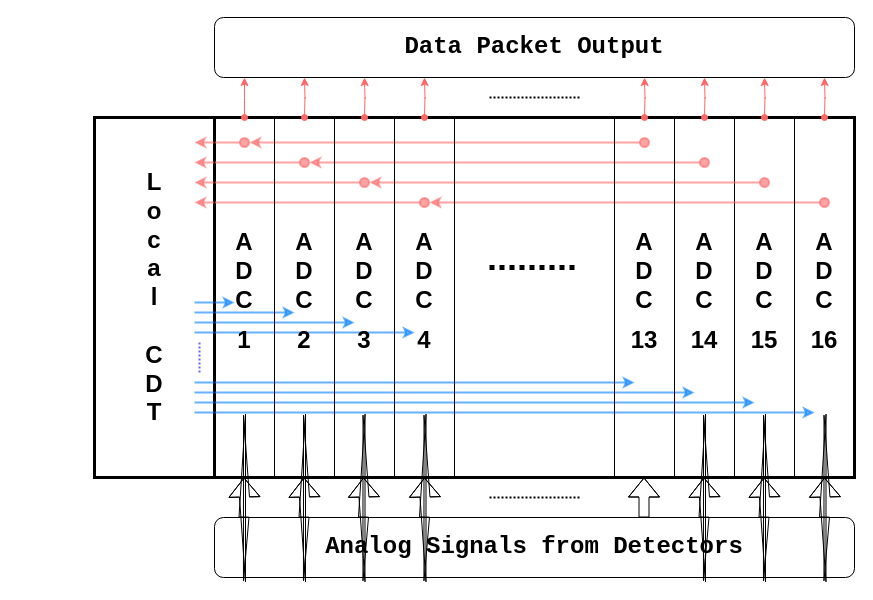
bai-ytluo/Chicago_Electronics keeps this draw.io diagram as Local_Crate_Diagram_ver3.drawio. Above is the earlier version. Source tidied: cells renumbered, new cells numbered last; positions are measured from the earlier drawing's top-left corner, leaving out a move shared by most shapes. Both pictures are drawn from the tidied source at 100%, with x=0, y=0 at pixel (94, 17).
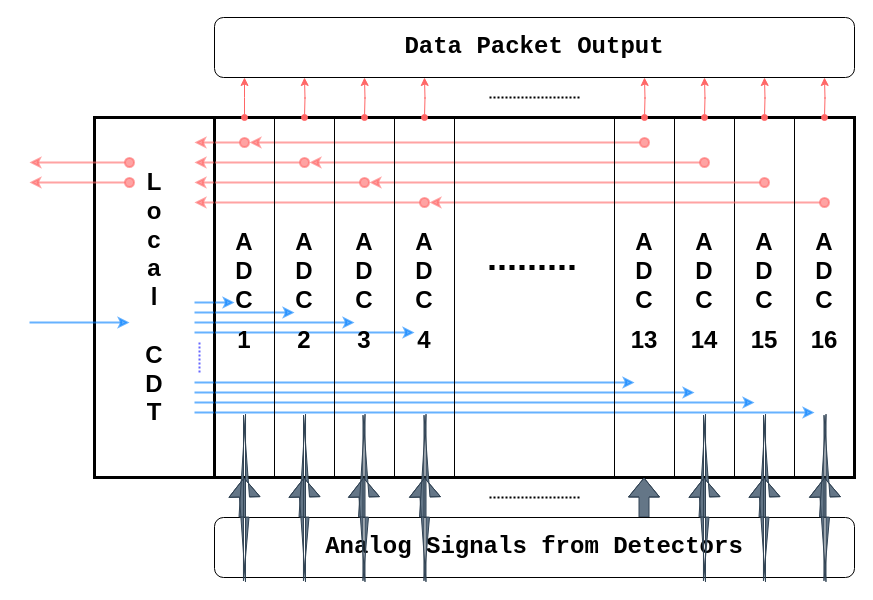
Above is the later version.

Change to the diagram source:
```diff
@@
-    <mxCell id="24" style="edgeStyle=orthogonalEdgeStyle;rounded=0;orthogonalLoop=1;jettySize=auto;html=1;exitX=0.5;exitY=1;exitDx=0;exitDy=0;startArrow=block;startFill=1;endArrow=none;endFill=0;shape=flexArrow;fontStyle=1;" parent="1" edge="1">
+    <mxCell id="24" style="edgeStyle=orthogonalEdgeStyle;rounded=0;orthogonalLoop=1;jettySize=auto;html=1;exitX=0.5;exitY=1;exitDx=0;exitDy=0;startArrow=block;startFill=1;endArrow=none;endFill=0;shape=flexArrow;fontStyle=1;fillColor=#647687;strokeColor=#314354;" parent="1" edge="1">
       <mxGeometry relative="1" as="geometry">
         <mxPoint x="549.5" y="460" as="sourcePoint" />
         <mxPoint x="549.5" y="500" as="targetPoint" />
         <Array as="points">
           <mxPoint x="550" y="480" />
           <mxPoint x="550" y="480" />
         </Array>
       </mxGeometry>
     </mxCell>
@@
-    <mxCell id="43" style="edgeStyle=orthogonalEdgeStyle;rounded=0;orthogonalLoop=1;jettySize=auto;html=1;exitX=0.5;exitY=1;exitDx=0;exitDy=0;startArrow=block;startFill=1;endArrow=none;endFill=0;shape=flexArrow;fontStyle=1;" parent="1" edge="1">
+    <mxCell id="43" style="edgeStyle=orthogonalEdgeStyle;rounded=0;orthogonalLoop=1;jettySize=auto;html=1;exitX=0.5;exitY=1;exitDx=0;exitDy=0;startArrow=block;startFill=1;endArrow=none;endFill=0;shape=flexArrow;fontStyle=1;fillColor=#647687;strokeColor=#314354;" parent="1" edge="1">
       <mxGeometry relative="1" as="geometry">
         <mxPoint x="609.5" y="460" as="sourcePoint" />
         <mxPoint x="609.5" y="500" as="targetPoint" />
       </mxGeometry>
     </mxCell>
-    <mxCell id="44" style="edgeStyle=orthogonalEdgeStyle;rounded=0;orthogonalLoop=1;jettySize=auto;html=1;exitX=0.5;exitY=1;exitDx=0;exitDy=0;startArrow=block;startFill=1;endArrow=none;endFill=0;shape=flexArrow;fontStyle=1;" parent="1" edge="1">
+    <mxCell id="44" style="edgeStyle=orthogonalEdgeStyle;rounded=0;orthogonalLoop=1;jettySize=auto;html=1;exitX=0.5;exitY=1;exitDx=0;exitDy=0;startArrow=block;startFill=1;endArrow=none;endFill=0;shape=flexArrow;fontStyle=1;fillColor=#647687;strokeColor=#314354;" parent="1" edge="1">
       <mxGeometry relative="1" as="geometry">
         <mxPoint x="669.5" y="460" as="sourcePoint" />
         <mxPoint x="669.5" y="500" as="targetPoint" />
       </mxGeometry>
     </mxCell>
-    <mxCell id="45" style="edgeStyle=orthogonalEdgeStyle;rounded=0;orthogonalLoop=1;jettySize=auto;html=1;exitX=0.5;exitY=1;exitDx=0;exitDy=0;startArrow=block;startFill=1;endArrow=none;endFill=0;shape=flexArrow;fontStyle=1;" parent="1" edge="1">
+    <mxCell id="45" style="edgeStyle=orthogonalEdgeStyle;rounded=0;orthogonalLoop=1;jettySize=auto;html=1;exitX=0.5;exitY=1;exitDx=0;exitDy=0;startArrow=block;startFill=1;endArrow=none;endFill=0;shape=flexArrow;fontStyle=1;fillColor=#647687;strokeColor=#314354;" parent="1" edge="1">
       <mxGeometry relative="1" as="geometry">
         <mxPoint x="730" y="460" as="sourcePoint" />
         <mxPoint x="730" y="500" as="targetPoint" />
       </mxGeometry>
     </mxCell>
-    <mxCell id="46" style="edgeStyle=orthogonalEdgeStyle;rounded=0;orthogonalLoop=1;jettySize=auto;html=1;exitX=0.5;exitY=1;exitDx=0;exitDy=0;startArrow=block;startFill=1;endArrow=none;endFill=0;shape=flexArrow;fontStyle=1;" parent="1" edge="1">
+    <mxCell id="46" style="edgeStyle=orthogonalEdgeStyle;rounded=0;orthogonalLoop=1;jettySize=auto;html=1;exitX=0.5;exitY=1;exitDx=0;exitDy=0;startArrow=block;startFill=1;endArrow=none;endFill=0;shape=flexArrow;fontStyle=1;fillColor=#647687;strokeColor=#314354;" parent="1" edge="1">
       <mxGeometry relative="1" as="geometry">
         <mxPoint x="149.5" y="460" as="sourcePoint" />
         <mxPoint x="149.5" y="500" as="targetPoint" />
       </mxGeometry>
     </mxCell>
-    <mxCell id="47" style="edgeStyle=orthogonalEdgeStyle;rounded=0;orthogonalLoop=1;jettySize=auto;html=1;exitX=0.5;exitY=1;exitDx=0;exitDy=0;startArrow=block;startFill=1;endArrow=none;endFill=0;shape=flexArrow;fontStyle=1;" parent="1" edge="1">
+    <mxCell id="47" style="edgeStyle=orthogonalEdgeStyle;rounded=0;orthogonalLoop=1;jettySize=auto;html=1;exitX=0.5;exitY=1;exitDx=0;exitDy=0;startArrow=block;startFill=1;endArrow=none;endFill=0;shape=flexArrow;fontStyle=1;fillColor=#647687;strokeColor=#314354;" parent="1" edge="1">
       <mxGeometry relative="1" as="geometry">
         <mxPoint x="209.5" y="460" as="sourcePoint" />
         <mxPoint x="209.5" y="500" as="targetPoint" />
       </mxGeometry>
     </mxCell>
-    <mxCell id="48" style="edgeStyle=orthogonalEdgeStyle;rounded=0;orthogonalLoop=1;jettySize=auto;html=1;exitX=0.5;exitY=1;exitDx=0;exitDy=0;startArrow=block;startFill=1;endArrow=none;endFill=0;shape=flexArrow;fontStyle=1;" parent="1" edge="1">
+    <mxCell id="48" style="edgeStyle=orthogonalEdgeStyle;rounded=0;orthogonalLoop=1;jettySize=auto;html=1;exitX=0.5;exitY=1;exitDx=0;exitDy=0;startArrow=block;startFill=1;endArrow=none;endFill=0;shape=flexArrow;fontStyle=1;fillColor=#647687;strokeColor=#314354;" parent="1" edge="1">
       <mxGeometry relative="1" as="geometry">
         <mxPoint x="269" y="460" as="sourcePoint" />
         <mxPoint x="269" y="500" as="targetPoint" />
       </mxGeometry>
     </mxCell>
-    <mxCell id="49" style="edgeStyle=orthogonalEdgeStyle;rounded=0;orthogonalLoop=1;jettySize=auto;html=1;exitX=0.5;exitY=1;exitDx=0;exitDy=0;startArrow=block;startFill=1;endArrow=none;endFill=0;shape=flexArrow;fontStyle=1;" parent="1" edge="1">
+    <mxCell id="49" style="edgeStyle=orthogonalEdgeStyle;rounded=0;orthogonalLoop=1;jettySize=auto;html=1;exitX=0.5;exitY=1;exitDx=0;exitDy=0;startArrow=block;startFill=1;endArrow=none;endFill=0;shape=flexArrow;fontStyle=1;fillColor=#647687;strokeColor=#314354;" parent="1" edge="1">
       <mxGeometry relative="1" as="geometry">
         <mxPoint x="330" y="460" as="sourcePoint" />
         <mxPoint x="330" y="500" as="targetPoint" />
       </mxGeometry>
     </mxCell>
@@
+    <mxCell id="53" style="endArrow=classic;html=1;strokeColor=#FF6666;fillColor=#FF6666;gradientColor=none;opacity=60;strokeWidth=2;startArrow=oval;startFill=1;startSize=9;" parent="1" edge="1">
+      <mxGeometry relative="1" as="geometry">
+        <mxPoint x="35" y="145" as="sourcePoint" />
+        <mxPoint x="-65" y="145" as="targetPoint" />
+      </mxGeometry>
+    </mxCell>
+    <mxCell id="54" style="endArrow=classic;html=1;strokeColor=#FF6666;fillColor=#FF6666;gradientColor=none;opacity=60;strokeWidth=2;startArrow=oval;startFill=1;startSize=9;" parent="1" edge="1">
+      <mxGeometry relative="1" as="geometry">
+        <mxPoint x="35" y="165" as="sourcePoint" />
+        <mxPoint x="-65" y="165" as="targetPoint" />
+      </mxGeometry>
+    </mxCell>
+    <mxCell id="55" style="endArrow=classic;html=1;fillColor=#FF6666;gradientColor=none;opacity=60;strokeWidth=2;strokeColor=#007FFF;" parent="1" edge="1">
+      <mxGeometry relative="1" as="geometry">
+        <mxPoint x="-65" y="305" as="sourcePoint" />
+        <mxPoint x="35" y="305" as="targetPoint" />
+      </mxGeometry>
+    </mxCell>
```
